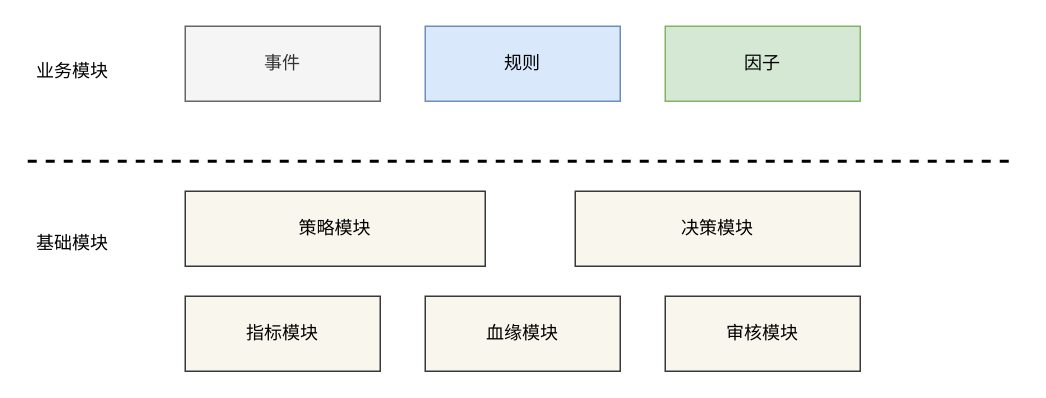
Earlier version of the draw.io diagram risk-portal.drawio (learn2Pro/draw_io_save). Source tidied: cells renumbered, new cells numbered last; positions are measured from the earlier drawing's top-left corner, leaving out a move shared by most shapes. Both pictures are drawn from the tidied source at 150%, with x=0, y=0 at pixel (27, 26).
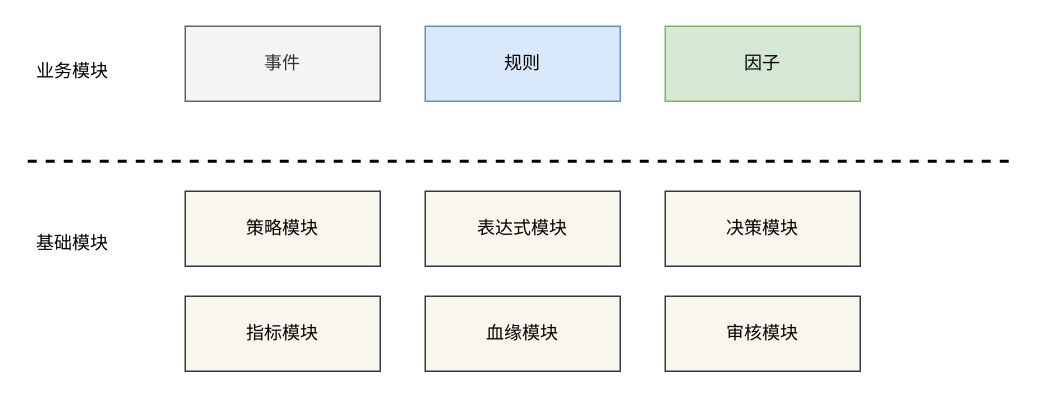
After the change.

What changed in the source:
```diff
@@
 <mxGraphModel>
   <root>
     <mxCell id="0" />
     <mxCell id="1" parent="0" />
     <mxCell id="2" value="事件" style="rounded=0;whiteSpace=wrap;html=1;fillColor=#f5f5f5;strokeColor=#666666;fontColor=#333333;" parent="1" vertex="1">
       <mxGeometry x="105" width="130" height="50" as="geometry" />
     </mxCell>
     <mxCell id="3" value="策略模块" style="rounded=0;whiteSpace=wrap;html=1;fillColor=#f9f7ed;strokeColor=#36393d;" parent="1" vertex="1">
-      <mxGeometry x="105" y="110" width="200" height="50" as="geometry" />
+      <mxGeometry x="105" y="110" width="130" height="50" as="geometry" />
     </mxCell>
     <mxCell id="4" value="决策模块" style="rounded=0;whiteSpace=wrap;html=1;fillColor=#f9f7ed;strokeColor=#36393d;" parent="1" vertex="1">
-      <mxGeometry x="365" y="110" width="190" height="50" as="geometry" />
+      <mxGeometry x="425" y="110" width="130" height="50" as="geometry" />
     </mxCell>
     <mxCell id="5" value="指标模块" style="rounded=0;whiteSpace=wrap;html=1;fillColor=#f9f7ed;strokeColor=#36393d;" parent="1" vertex="1">
       <mxGeometry x="105" y="180" width="130" height="50" as="geometry" />
     </mxCell>
     <mxCell id="6" value="血缘模块" style="rounded=0;whiteSpace=wrap;html=1;fillColor=#f9f7ed;strokeColor=#36393d;" parent="1" vertex="1">
       <mxGeometry x="265" y="180" width="130" height="50" as="geometry" />
     </mxCell>
     <mxCell id="7" value="审核模块" style="rounded=0;whiteSpace=wrap;html=1;fillColor=#f9f7ed;strokeColor=#36393d;" parent="1" vertex="1">
       <mxGeometry x="425" y="180" width="130" height="50" as="geometry" />
     </mxCell>
     <mxCell id="8" value="业务模块" style="text;html=1;strokeColor=none;fillColor=none;align=center;verticalAlign=middle;whiteSpace=wrap;rounded=0;" parent="1" vertex="1">
       <mxGeometry x="5" y="20" width="50" height="20" as="geometry" />
     </mxCell>
     <mxCell id="9" value="规则" style="rounded=0;whiteSpace=wrap;html=1;fillColor=#dae8fc;strokeColor=#6c8ebf;" parent="1" vertex="1">
       <mxGeometry x="265" width="130" height="50" as="geometry" />
     </mxCell>
     <mxCell id="10" value="因子" style="rounded=0;whiteSpace=wrap;html=1;fillColor=#d5e8d4;strokeColor=#82b366;" parent="1" vertex="1">
       <mxGeometry x="425" width="130" height="50" as="geometry" />
     </mxCell>
     <mxCell id="11" value="基础模块" style="text;html=1;strokeColor=none;fillColor=none;align=center;verticalAlign=middle;whiteSpace=wrap;rounded=0;" parent="1" vertex="1">
       <mxGeometry x="5" y="135" width="50" height="20" as="geometry" />
     </mxCell>
     <mxCell id="12" style="edgeStyle=orthogonalEdgeStyle;rounded=0;orthogonalLoop=1;jettySize=auto;html=1;exitX=0.5;exitY=1;exitDx=0;exitDy=0;" parent="1" edge="1" source="11" target="11">
       <mxGeometry relative="1" as="geometry" />
     </mxCell>
     <mxCell id="13" style="endArrow=none;html=1;dashed=1;fontStyle=1;strokeWidth=2;" parent="1" edge="1">
       <mxGeometry relative="1" as="geometry">
         <mxPoint y="90" as="sourcePoint" />
         <mxPoint x="660" y="90" as="targetPoint" />
       </mxGeometry>
     </mxCell>
+    <mxCell id="14" value="表达式模块" style="rounded=0;whiteSpace=wrap;html=1;fillColor=#f9f7ed;strokeColor=#36393d;" parent="1" vertex="1">
+      <mxGeometry x="265" y="110" width="130" height="50" as="geometry" />
+    </mxCell>
   </root>
 </mxGraphModel>
```
